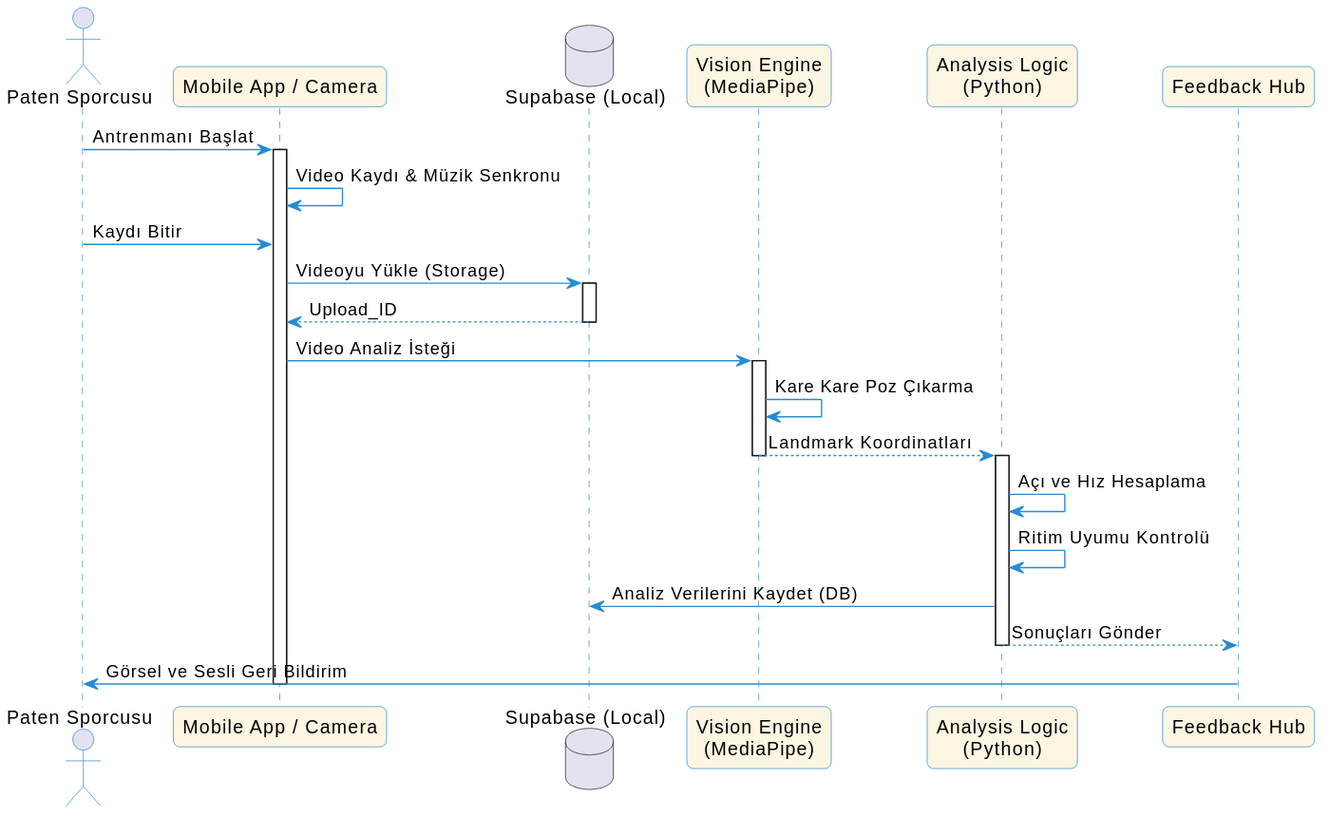
Earlier version of the PlantUML export workflows/vision_sequence.svg (myz21/metu-sports-hackhaton). Source of this version:
```plantuml
@startuml
skinparam sequence {
    ArrowColor #268bd2
    LifeLineBorderColor #268bd2
    ParticipantBorderColor #268bd2
    ParticipantBackgroundColor #fdf6e3
    ActorBorderColor #268bd2
}
skinparam shadowing false
skinparam roundcorner 10

actor "Paten Sporcusu" as User
participant "Mobile App / Camera" as App
database "Supabase (Local)" as Supabase
participant "Vision Engine\n(MediaPipe)" as Vision
participant "Analysis Logic\n(Python)" as Logic
participant "Feedback Hub" as Feedback

User -> App: Antrenmanı Başlat
activate App
App -> App: Video Kaydı & Müzik Senkronu

User -> App: Kaydı Bitir
App -> Supabase: Videoyu Yükle (Storage)
activate Supabase
Supabase --> App: Upload_ID
deactivate Supabase

App -> Vision: Video Analiz İsteği
activate Vision
Vision -> Vision: Kare Kare Poz Çıkarma
Vision --> Logic: Landmark Koordinatları
deactivate Vision

activate Logic
Logic -> Logic: Açı ve Hız Hesaplama
Logic -> Logic: Ritim Uyumu Kontrolü
Logic -> Supabase: Analiz Verilerini Kaydet (DB)
Logic --> Feedback: Sonuçları Gönder
deactivate Logic

Feedback -> User: Görsel ve Sesli Geri Bildirim
deactivate App
@enduml
```
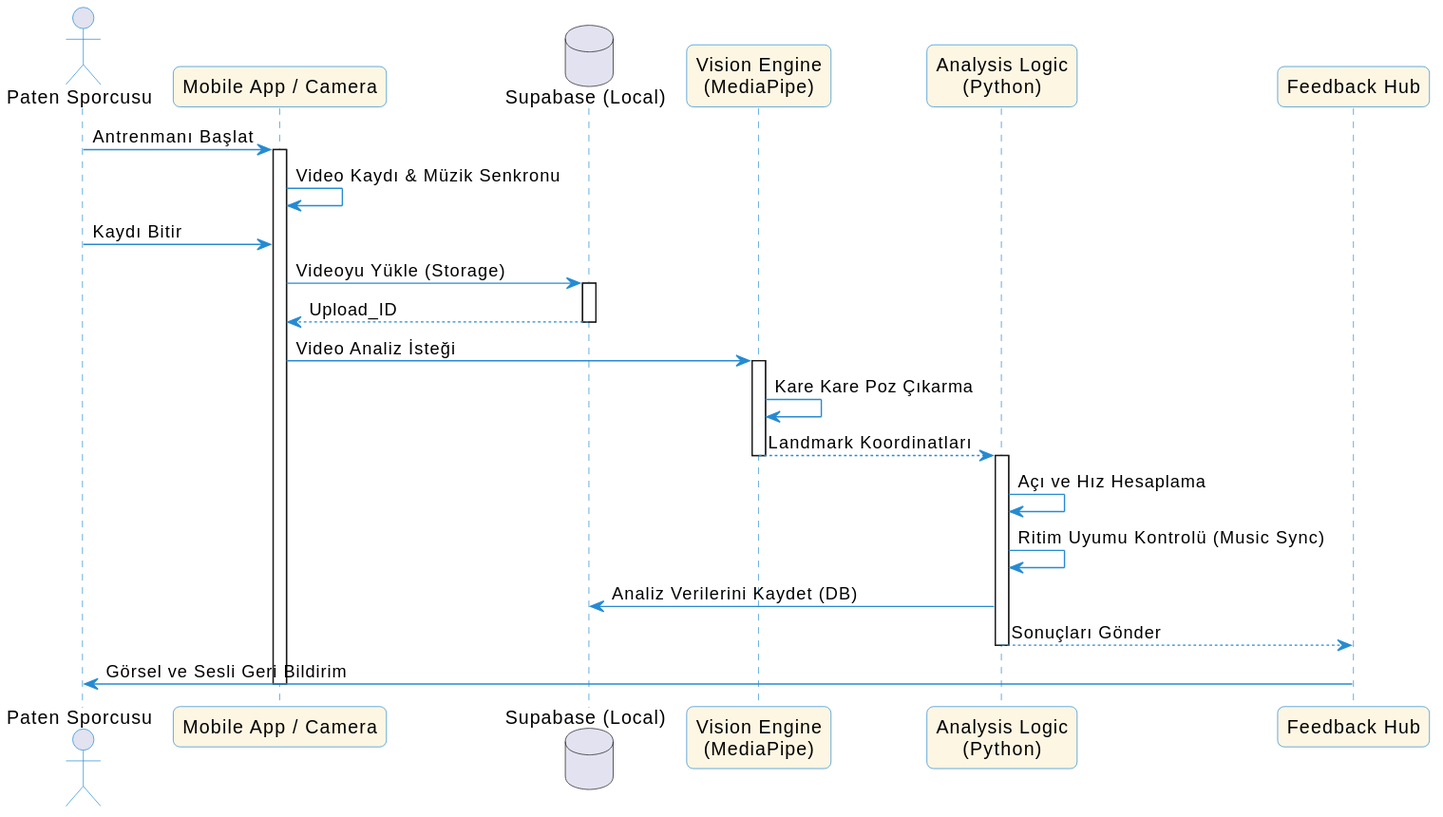
After the commit.

The edit, as a diff of the source:
```diff
@@ -1,4 +1,5 @@
 @startuml
+skinparam backgroundColor #FFFFFF
 skinparam sequence {
     ArrowColor #268bd2
     LifeLineBorderColor #268bd2
@@ -34,7 +35,7 @@
 
 activate Logic
 Logic -> Logic: Açı ve Hız Hesaplama
-Logic -> Logic: Ritim Uyumu Kontrolü
+Logic -> Logic: Ritim Uyumu Kontrolü (Music Sync)
 Logic -> Supabase: Analiz Verilerini Kaydet (DB)
 Logic --> Feedback: Sonuçları Gönder
 deactivate Logic
```
